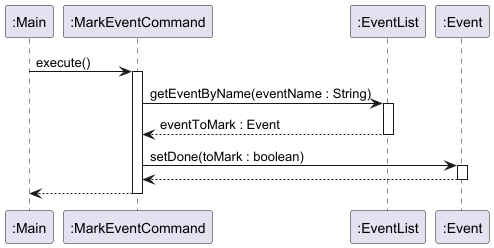
This is docs/images/MarkEventSequenceDiagram.png from nus-cs2113-AY2425S1/tp, a PlantUML export, as it was before one commit. The source it was exported from:
```plantuml
@startuml

participant ":Main" as main
participant ":MarkEventCommand" as markCommand
participant ":EventList" as eventList
participant ":Event" as event

main -> markCommand : execute()
activate markCommand

markCommand -> eventList : getEventByName(eventName : String)
activate eventList

eventList --> markCommand : eventToMark : Event
deactivate eventList

markCommand -> event : setDone(toMark : boolean)
activate event

event --> markCommand
deactivate event

markCommand --> main
deactivate markCommand
@enduml
```
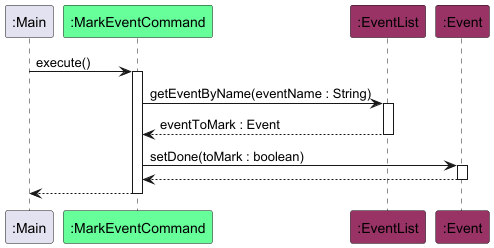
Later version of the same file.

Commit message:
Add colours to mark sequence diagram

What changed in the source:
```diff
@@ -1,9 +1,10 @@
 @startuml
+!include style.puml
 
 participant ":Main" as main
-participant ":MarkEventCommand" as markCommand
-participant ":EventList" as eventList
-participant ":Event" as event
+participant ":MarkEventCommand" as markCommand COMMAND_COLOUR
+participant ":EventList" as eventList EVENT_COLOUR
+participant ":Event" as event EVENT_COLOUR
 
 main -> markCommand : execute()
 activate markCommand
```
